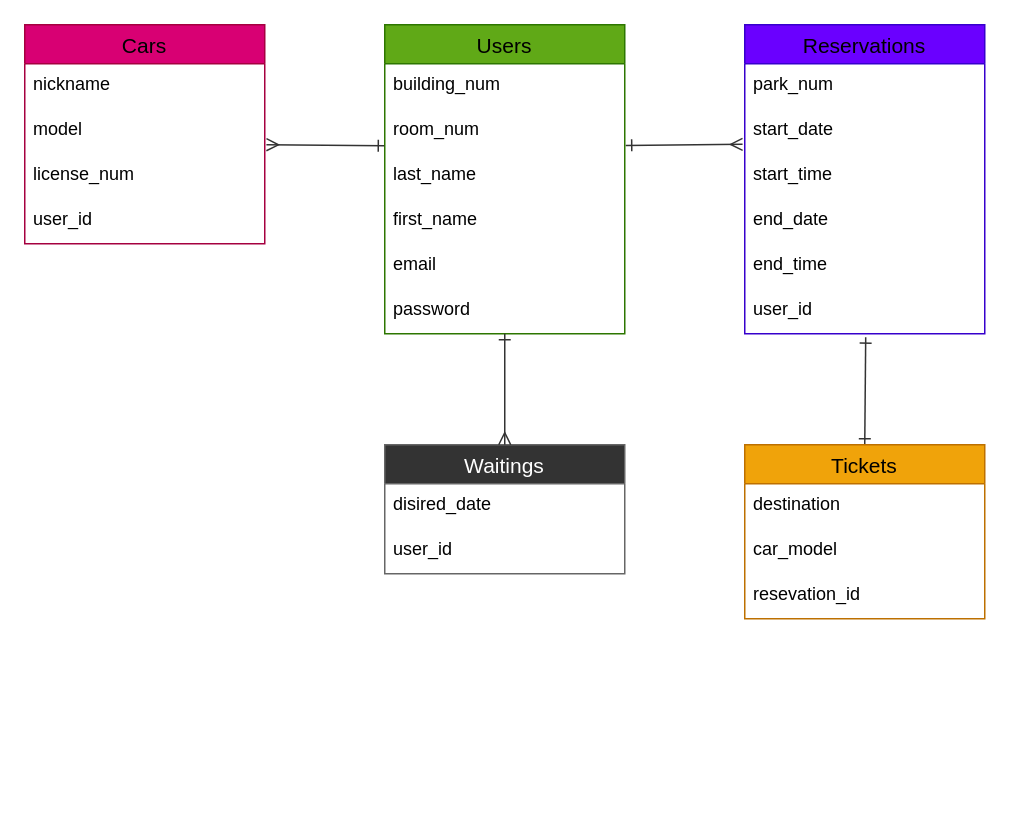
The draw.io diagram ER.drawio in hedgehog248/parking-reserve, before the edit. Source tidied: cells renumbered, new cells numbered last; positions are measured from the earlier drawing's top-left corner, leaving out a move shared by most shapes. Both pictures are drawn from the tidied source at 150%, with x=0, y=0 at pixel (24, 24).
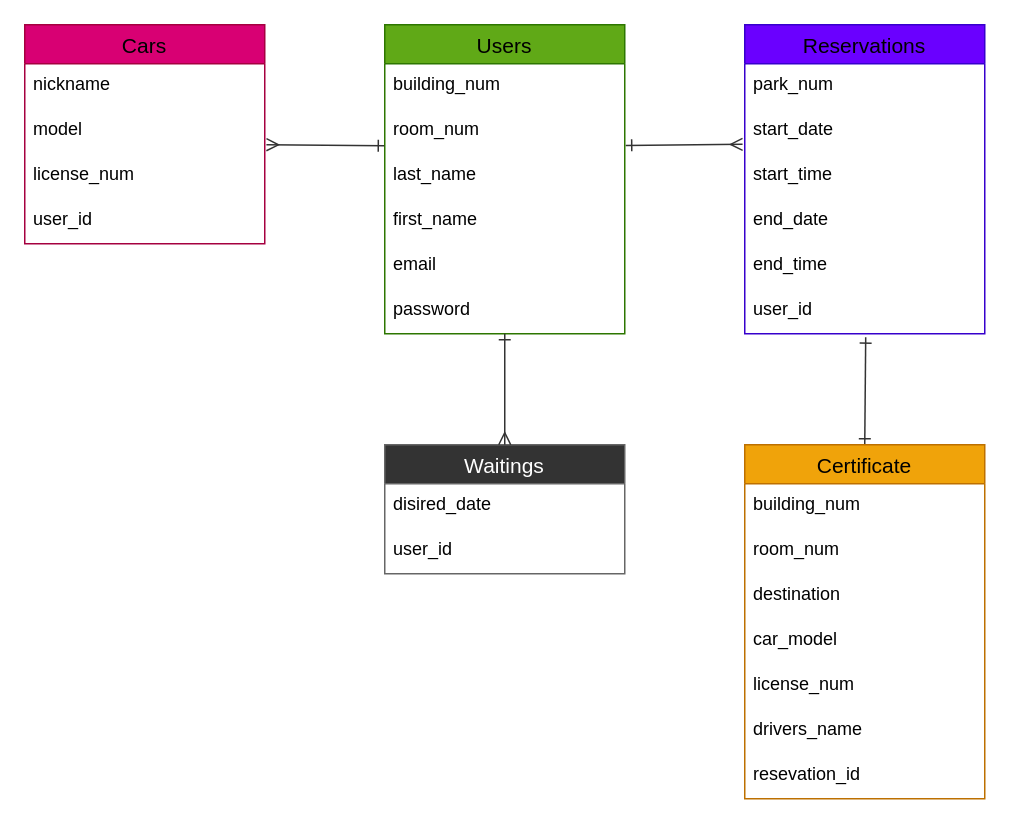
The same diagram, later.

What changed in the source:
```diff
@@
-    <mxCell id="24" value="Tickets" style="swimlane;fontStyle=0;horizontal=1;startSize=26;align=center;fontSize=14;fillColor=#f0a30a;fontColor=#000000;strokeColor=#BD7000;shadow=0;labelBorderColor=none;labelBackgroundColor=none;rounded=0;" parent="1" vertex="1">
-      <mxGeometry x="480" y="280" width="160" height="116" as="geometry" />
+    <mxCell id="24" value="Certificate" style="swimlane;fontStyle=0;horizontal=1;startSize=26;align=center;fontSize=14;fillColor=#f0a30a;fontColor=#000000;strokeColor=#BD7000;shadow=0;labelBorderColor=none;labelBackgroundColor=none;rounded=0;" parent="1" vertex="1">
+      <mxGeometry x="480" y="280" width="160" height="236" as="geometry" />
     </mxCell>
+    <mxCell id="32" value="building_num" style="text;strokeColor=none;fillColor=none;spacingLeft=4;spacingRight=4;overflow=hidden;fontSize=12;shadow=0;labelBorderColor=none;labelBackgroundColor=none;fontColor=#000000;rounded=0;" parent="24" vertex="1">
+      <mxGeometry y="26" width="160" height="30" as="geometry" />
+    </mxCell>
+    <mxCell id="33" value="room_num" style="text;strokeColor=none;fillColor=none;spacingLeft=4;spacingRight=4;overflow=hidden;fontSize=12;shadow=0;labelBorderColor=none;labelBackgroundColor=none;fontColor=#000000;rounded=0;" parent="24" vertex="1">
+      <mxGeometry y="56" width="160" height="30" as="geometry" />
+    </mxCell>
     <mxCell id="25" value="destination" style="text;strokeColor=none;fillColor=none;spacingLeft=4;spacingRight=4;overflow=hidden;fontSize=12;shadow=0;labelBorderColor=none;labelBackgroundColor=none;fontColor=#000000;rounded=0;" parent="24" vertex="1">
-      <mxGeometry y="26" width="160" height="30" as="geometry" />
+      <mxGeometry y="86" width="160" height="30" as="geometry" />
     </mxCell>
     <mxCell id="26" value="car_model" style="text;strokeColor=none;fillColor=none;spacingLeft=4;spacingRight=4;overflow=hidden;fontSize=12;shadow=0;labelBorderColor=none;labelBackgroundColor=none;fontColor=#000000;rounded=0;" parent="24" vertex="1">
-      <mxGeometry y="56" width="160" height="30" as="geometry" />
+      <mxGeometry y="116" width="160" height="30" as="geometry" />
     </mxCell>
+    <mxCell id="34" value="license_num" style="text;strokeColor=none;fillColor=none;spacingLeft=4;spacingRight=4;overflow=hidden;fontSize=12;shadow=0;labelBorderColor=none;labelBackgroundColor=none;fontColor=#000000;rounded=0;" parent="24" vertex="1">
+      <mxGeometry y="146" width="160" height="30" as="geometry" />
+    </mxCell>
+    <mxCell id="35" value="drivers_name" style="text;strokeColor=none;fillColor=none;spacingLeft=4;spacingRight=4;overflow=hidden;fontSize=12;shadow=0;labelBorderColor=none;labelBackgroundColor=none;fontColor=#000000;rounded=0;" parent="24" vertex="1">
+      <mxGeometry y="176" width="160" height="30" as="geometry" />
+    </mxCell>
     <mxCell id="27" value="resevation_id" style="text;strokeColor=none;fillColor=none;spacingLeft=4;spacingRight=4;overflow=hidden;fontSize=12;shadow=0;labelBorderColor=none;labelBackgroundColor=none;fontColor=#000000;rounded=0;" parent="24" vertex="1">
-      <mxGeometry y="86" width="160" height="30" as="geometry" />
+      <mxGeometry y="206" width="160" height="30" as="geometry" />
     </mxCell>
```
